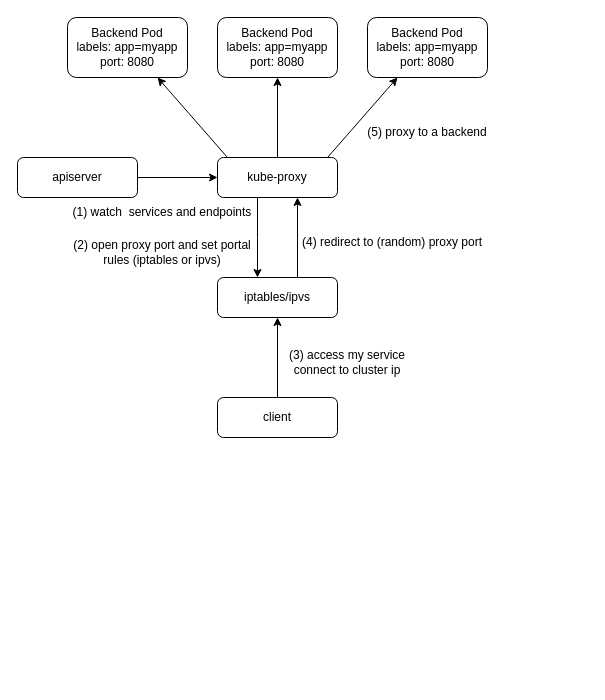
wehyy/my-world keeps this draw.io diagram as alb-ingress-controller.drawio. Above is the earlier version. Source tidied: cells renumbered, new cells numbered last; positions are measured from the earlier drawing's top-left corner, leaving out a move shared by most shapes. Both pictures are drawn from the tidied source at 100%, with x=0, y=0 at pixel (17, 17).
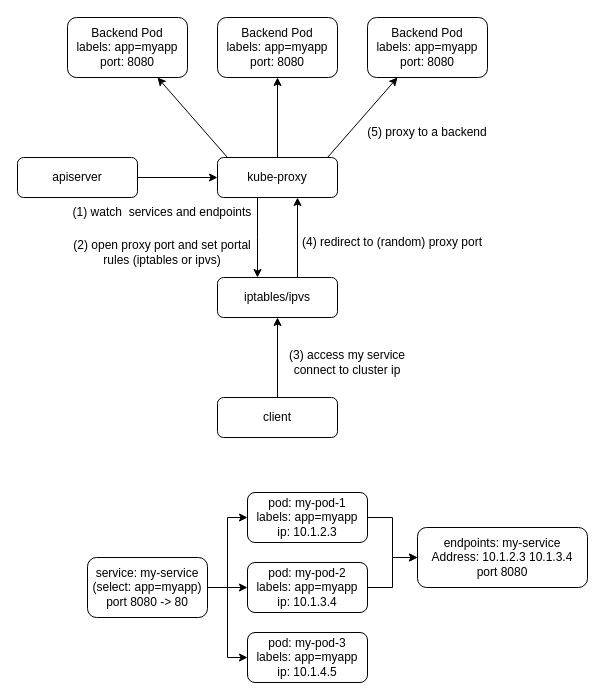
The same diagram, later.

Change to the diagram source:
```diff
@@
+    <mxCell id="21" style="edgeStyle=orthogonalEdgeStyle;rounded=0;jettySize=auto;html=1;" parent="1" edge="1" source="24" target="28">
+      <mxGeometry relative="1" as="geometry" />
+    </mxCell>
+    <mxCell id="22" style="edgeStyle=orthogonalEdgeStyle;rounded=0;jettySize=auto;html=1;entryX=0;entryY=0.5;entryDx=0;entryDy=0;" parent="1" edge="1" source="24" target="26">
+      <mxGeometry relative="1" as="geometry">
+        <Array as="points">
+          <mxPoint x="210" y="570" />
+          <mxPoint x="210" y="500" />
+        </Array>
+      </mxGeometry>
+    </mxCell>
+    <mxCell id="23" style="edgeStyle=orthogonalEdgeStyle;rounded=0;jettySize=auto;html=1;entryX=0;entryY=0.5;entryDx=0;entryDy=0;" parent="1" edge="1" source="24" target="29">
+      <mxGeometry relative="1" as="geometry">
+        <Array as="points">
+          <mxPoint x="210" y="570" />
+          <mxPoint x="210" y="640" />
+        </Array>
+      </mxGeometry>
+    </mxCell>
+    <mxCell id="24" value="service: my-service&lt;br&gt;(select: app=myapp)&lt;br&gt;port 8080 -&amp;gt; 80" style="rounded=1;whiteSpace=wrap;html=1;" parent="1" vertex="1">
+      <mxGeometry x="70" y="540" width="120" height="60" as="geometry" />
+    </mxCell>
+    <mxCell id="25" style="edgeStyle=orthogonalEdgeStyle;rounded=0;jettySize=auto;html=1;" parent="1" edge="1" source="26" target="30">
+      <mxGeometry relative="1" as="geometry" />
+    </mxCell>
+    <mxCell id="26" value="pod: my-pod-1&lt;br&gt;labels: app=myapp&lt;br&gt;ip: 10.1.2.3" style="rounded=1;whiteSpace=wrap;html=1;" parent="1" vertex="1">
+      <mxGeometry x="230" y="475" width="120" height="50" as="geometry" />
+    </mxCell>
+    <mxCell id="27" style="edgeStyle=orthogonalEdgeStyle;rounded=0;jettySize=auto;html=1;" parent="1" edge="1" source="28" target="30">
+      <mxGeometry relative="1" as="geometry" />
+    </mxCell>
+    <mxCell id="28" value="pod: my-pod-2&lt;br&gt;labels: app=myapp&lt;br&gt;ip: 10.1.3.4" style="rounded=1;whiteSpace=wrap;html=1;" parent="1" vertex="1">
+      <mxGeometry x="230" y="545" width="120" height="50" as="geometry" />
+    </mxCell>
+    <mxCell id="29" value="pod: my-pod-3&lt;br&gt;labels: app=myapp&lt;br&gt;ip: 10.1.4.5" style="rounded=1;whiteSpace=wrap;html=1;" parent="1" vertex="1">
+      <mxGeometry x="230" y="615" width="120" height="50" as="geometry" />
+    </mxCell>
+    <mxCell id="30" value="endpoints: my-service&lt;br&gt;Address: 10.1.2.3 10.1.3.4&lt;br&gt;port 8080" style="rounded=1;whiteSpace=wrap;html=1;" parent="1" vertex="1">
+      <mxGeometry x="400" y="510" width="170" height="60" as="geometry" />
+    </mxCell>
```
